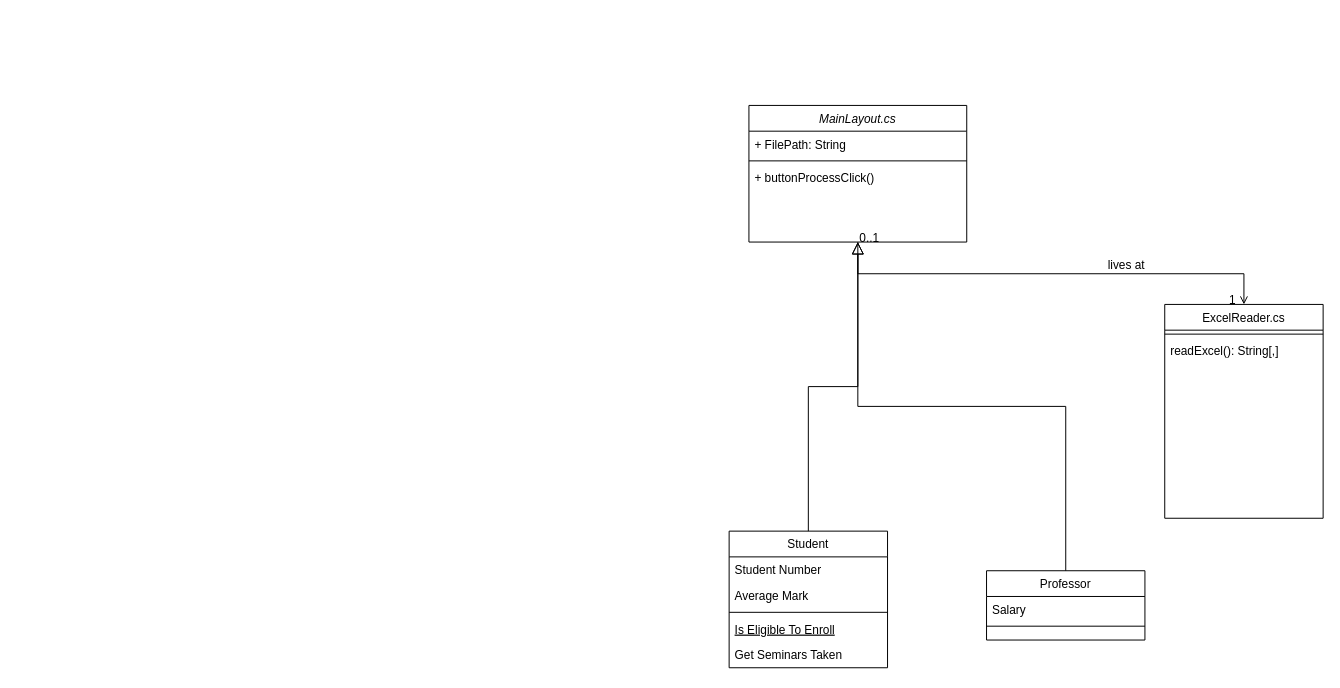
Before: Unbenanntes Diagramm.drawio in Jablothas/BOT-Helper, a draw.io diagram. Source tidied: cells renumbered, new cells numbered last; positions are measured from the earlier drawing's top-left corner, leaving out a move shared by most shapes. Both pictures are drawn from the tidied source at 99%, with x=0, y=0 at pixel (729, 105).
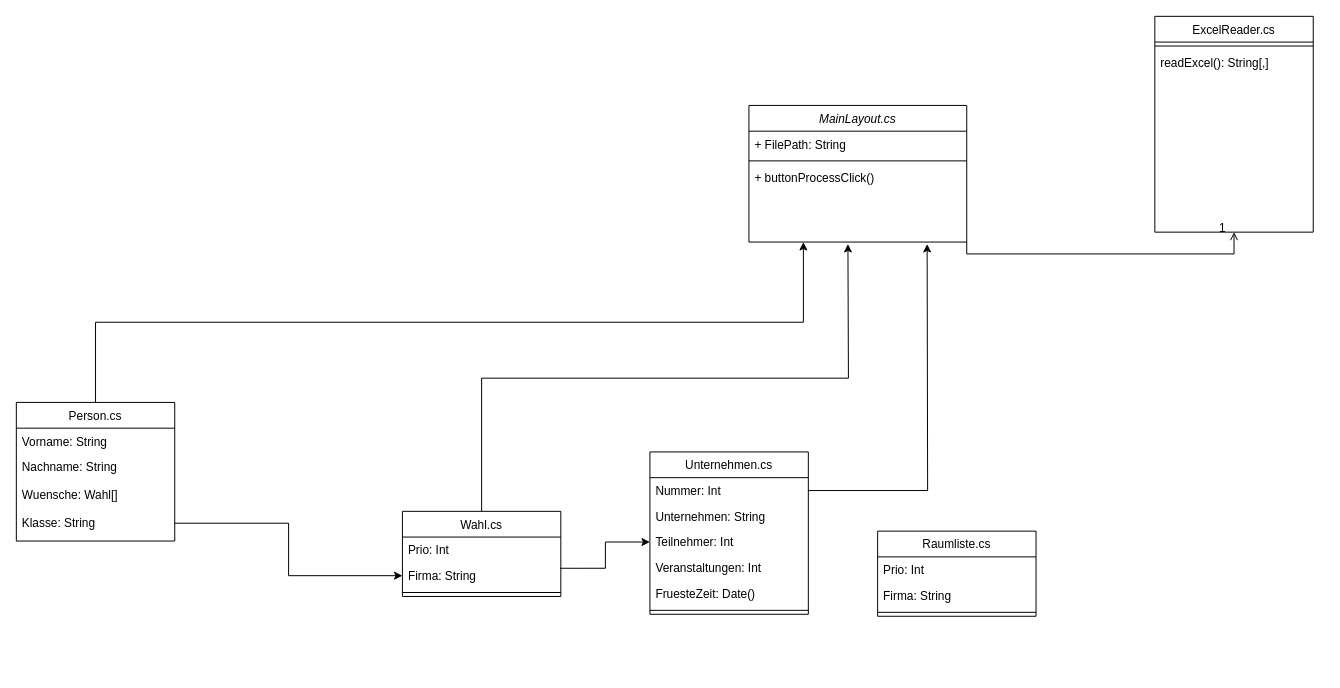
Above is the later version.

The change refers to these unchanged cells:
```xml
<mxCell id="2" value="MainLayout.cs&#10;" style="swimlane;fontStyle=2;align=center;verticalAlign=top;horizontal=1;startSize=26;rounded=0;shadow=0;strokeWidth=1;" parent="1" vertex="1">
  <mxGeometry x="20" width="220" height="138" as="geometry" />
</mxCell>
```

Diff of the diagram source:
```diff
@@
-    <mxCell id="6" value="Student" style="swimlane;fontStyle=0;align=center;verticalAlign=top;horizontal=1;startSize=26;rounded=0;shadow=0;strokeWidth=1;" parent="1" vertex="1">
-      <mxGeometry y="430" width="160" height="138" as="geometry" />
+    <mxCell id="6" value="Person.cs" style="swimlane;fontStyle=0;align=center;verticalAlign=top;horizontal=1;startSize=26;rounded=0;shadow=0;strokeWidth=1;" parent="1" vertex="1">
+      <mxGeometry x="-720" y="300" width="160" height="140" as="geometry" />
     </mxCell>
-    <mxCell id="7" value="Student Number" style="text;align=left;verticalAlign=top;spacingLeft=4;spacingRight=4;overflow=hidden;" parent="6" vertex="1">
+    <mxCell id="7" value="Vorname: String" style="text;align=left;verticalAlign=top;spacingLeft=4;spacingRight=4;overflow=hidden;" parent="6" vertex="1">
       <mxGeometry y="26" width="160" height="26" as="geometry" />
     </mxCell>
+    <mxCell id="24" value="Nachname: String" style="text;align=left;verticalAlign=top;spacingLeft=4;spacingRight=4;overflow=hidden;rounded=0;shadow=0;html=0;" parent="6" vertex="1">
+      <mxGeometry y="52" width="160" height="28" as="geometry" />
+    </mxCell>
+    <mxCell id="25" value="Wuensche: Wahl[]" style="text;align=left;verticalAlign=top;spacingLeft=4;spacingRight=4;overflow=hidden;rounded=0;shadow=0;html=0;" parent="6" vertex="1">
+      <mxGeometry y="80" width="160" height="28" as="geometry" />
+    </mxCell>
-    <mxCell id="8" value="Average Mark" style="text;align=left;verticalAlign=top;spacingLeft=4;spacingRight=4;overflow=hidden;points=[[0,0.5],[1,0.5]];portConstraint=eastwest;rounded=0;shadow=0;html=0;" parent="6" vertex="1">
-      <mxGeometry y="52" width="160" height="26" as="geometry" />
+    <mxCell id="8" value="Klasse: String" style="text;align=left;verticalAlign=top;spacingLeft=4;spacingRight=4;overflow=hidden;points=[[0,0.5],[1,0.5]];portConstraint=eastwest;rounded=0;shadow=0;html=0;" parent="6" vertex="1">
+      <mxGeometry y="108" width="160" height="28" as="geometry" />
     </mxCell>
-    <mxCell id="9" style="line;html=1;strokeWidth=1;align=left;verticalAlign=middle;spacingTop=-1;spacingLeft=3;spacingRight=3;labelPosition=right;" parent="6" vertex="1">
-      <mxGeometry y="78" width="160" height="8" as="geometry" />
-    </mxCell>
-    <mxCell id="10" value="Is Eligible To Enroll" style="text;align=left;verticalAlign=top;spacingLeft=4;spacingRight=4;overflow=hidden;fontStyle=4;" parent="6" vertex="1">
-      <mxGeometry y="86" width="160" height="26" as="geometry" />
-    </mxCell>
-    <mxCell id="11" value="Get Seminars Taken" style="text;align=left;verticalAlign=top;spacingLeft=4;spacingRight=4;overflow=hidden;" parent="6" vertex="1">
-      <mxGeometry y="112" width="160" height="26" as="geometry" />
-    </mxCell>
-    <mxCell id="12" style="endArrow=block;endSize=10;endFill=0;shadow=0;strokeWidth=1;rounded=0;edgeStyle=elbowEdgeStyle;elbow=vertical;" parent="1" edge="1" source="6" target="2">
-      <mxGeometry relative="1" as="geometry" />
-    </mxCell>
-    <mxCell id="13" value="Professor" style="swimlane;fontStyle=0;align=center;verticalAlign=top;horizontal=1;startSize=26;rounded=0;shadow=0;strokeWidth=1;" parent="1" vertex="1">
-      <mxGeometry x="260" y="470" width="160" height="70" as="geometry" />
+    <mxCell id="13" value="Unternehmen.cs" style="swimlane;fontStyle=0;align=center;verticalAlign=top;horizontal=1;startSize=26;rounded=0;shadow=0;strokeWidth=1;" parent="1" vertex="1">
+      <mxGeometry x="-80" y="350" width="160" height="164" as="geometry" />
     </mxCell>
-    <mxCell id="14" value="Salary" style="text;align=left;verticalAlign=top;spacingLeft=4;spacingRight=4;overflow=hidden;points=[[0,0.5],[1,0.5]];portConstraint=eastwest;" parent="13" vertex="1">
+    <mxCell id="14" value="Nummer: Int" style="text;align=left;verticalAlign=top;spacingLeft=4;spacingRight=4;overflow=hidden;points=[[0,0.5],[1,0.5]];portConstraint=eastwest;" parent="13" vertex="1">
       <mxGeometry y="26" width="160" height="26" as="geometry" />
     </mxCell>
+    <mxCell id="26" value="Unternehmen: String" style="text;align=left;verticalAlign=top;spacingLeft=4;spacingRight=4;overflow=hidden;" parent="13" vertex="1">
+      <mxGeometry y="52" width="160" height="26" as="geometry" />
+    </mxCell>
+    <mxCell id="27" value="Teilnehmer: Int" style="text;align=left;verticalAlign=top;spacingLeft=4;spacingRight=4;overflow=hidden;points=[[0,0.5],[1,0.5]];portConstraint=eastwest;" parent="13" vertex="1">
+      <mxGeometry y="78" width="160" height="26" as="geometry" />
+    </mxCell>
+    <mxCell id="28" value="Veranstaltungen: Int" style="text;align=left;verticalAlign=top;spacingLeft=4;spacingRight=4;overflow=hidden;" parent="13" vertex="1">
+      <mxGeometry y="104" width="160" height="26" as="geometry" />
+    </mxCell>
+    <mxCell id="29" value="FruesteZeit: Date()" style="text;align=left;verticalAlign=top;spacingLeft=4;spacingRight=4;overflow=hidden;" parent="13" vertex="1">
+      <mxGeometry y="130" width="160" height="26" as="geometry" />
+    </mxCell>
     <mxCell id="15" style="line;html=1;strokeWidth=1;align=left;verticalAlign=middle;spacingTop=-1;spacingLeft=3;spacingRight=3;labelPosition=right;" parent="13" vertex="1">
-      <mxGeometry y="52" width="160" height="8" as="geometry" />
+      <mxGeometry y="156" width="160" height="8" as="geometry" />
     </mxCell>
-    <mxCell id="16" style="endArrow=block;endSize=10;endFill=0;shadow=0;strokeWidth=1;rounded=0;edgeStyle=elbowEdgeStyle;elbow=vertical;" parent="1" edge="1" source="13" target="2">
-      <mxGeometry relative="1" as="geometry" />
-    </mxCell>
     <mxCell id="17" value="ExcelReader.cs" style="swimlane;fontStyle=0;align=center;verticalAlign=top;horizontal=1;startSize=26;rounded=0;shadow=0;strokeWidth=1;" parent="1" vertex="1">
-      <mxGeometry x="440" y="201" width="160" height="216" as="geometry" />
+      <mxGeometry x="430" y="-90" width="160" height="218" as="geometry" />
     </mxCell>
@@
     <mxCell id="20" style="endArrow=open;shadow=0;strokeWidth=1;rounded=0;endFill=1;edgeStyle=elbowEdgeStyle;elbow=vertical;" parent="1" edge="1" source="2" target="17">
       <mxGeometry x="0.5" y="41" relative="1" as="geometry">
+        <Array as="points">
+          <mxPoint x="240" y="150" />
+        </Array>
         <mxPoint x="-40" y="32" as="offset" />
       </mxGeometry>
     </mxCell>
-    <mxCell id="21" value="0..1" style="align=left;verticalAlign=bottom;labelBackgroundColor=none;fontSize=12;" parent="20" vertex="1">
-      <mxGeometry x="-1" relative="1" as="geometry">
-        <mxPoint y="4" as="offset" />
-      </mxGeometry>
-    </mxCell>
@@
-    <mxCell id="23" value="lives at" style="text;html=1;align=center;verticalAlign=middle;labelBackgroundColor=none;rounded=0;shadow=0;strokeWidth=1;fontSize=12;" parent="20" vertex="1">
-      <mxGeometry x="0.5" y="49" relative="1" as="geometry">
-        <mxPoint x="-38" y="40" as="offset" />
-      </mxGeometry>
-    </mxCell>
+    <mxCell id="30" value="Wahl.cs" style="swimlane;fontStyle=0;align=center;verticalAlign=top;horizontal=1;startSize=26;rounded=0;shadow=0;strokeWidth=1;" parent="1" vertex="1">
+      <mxGeometry x="-330" y="410" width="160" height="86" as="geometry" />
+    </mxCell>
+    <mxCell id="31" value="Prio: Int" style="text;align=left;verticalAlign=top;spacingLeft=4;spacingRight=4;overflow=hidden;" parent="30" vertex="1">
+      <mxGeometry y="26" width="160" height="26" as="geometry" />
+    </mxCell>
+    <mxCell id="32" value="Firma: String" style="text;align=left;verticalAlign=top;spacingLeft=4;spacingRight=4;overflow=hidden;points=[[0,0.5],[1,0.5]];portConstraint=eastwest;rounded=0;shadow=0;html=0;" parent="30" vertex="1">
+      <mxGeometry y="52" width="160" height="26" as="geometry" />
+    </mxCell>
+    <mxCell id="33" style="line;html=1;strokeWidth=1;align=left;verticalAlign=middle;spacingTop=-1;spacingLeft=3;spacingRight=3;labelPosition=right;" parent="30" vertex="1">
+      <mxGeometry y="78" width="160" height="8" as="geometry" />
+    </mxCell>
+    <mxCell id="34" style="edgeStyle=orthogonalEdgeStyle;rounded=0;jettySize=auto;html=1;" parent="1" edge="1" source="14">
+      <mxGeometry relative="1" as="geometry">
+        <mxPoint x="200" y="140" as="targetPoint" />
+      </mxGeometry>
+    </mxCell>
+    <mxCell id="35" style="edgeStyle=orthogonalEdgeStyle;rounded=0;jettySize=auto;html=1;exitX=0.5;exitY=0;exitDx=0;exitDy=0;" parent="1" edge="1" source="30">
+      <mxGeometry relative="1" as="geometry">
+        <mxPoint x="120" y="140" as="targetPoint" />
+      </mxGeometry>
+    </mxCell>
+    <mxCell id="12" style="edgeStyle=orthogonalEdgeStyle;rounded=0;jettySize=auto;html=1;exitX=0.5;exitY=0;exitDx=0;exitDy=0;entryX=0.25;entryY=1;entryDx=0;entryDy=0;" parent="1" edge="1" source="6" target="2">
+      <mxGeometry relative="1" as="geometry" />
+    </mxCell>
+    <mxCell id="36" style="edgeStyle=orthogonalEdgeStyle;rounded=0;jettySize=auto;html=1;" parent="1" edge="1" source="8" target="32">
+      <mxGeometry relative="1" as="geometry" />
+    </mxCell>
+    <mxCell id="37" style="edgeStyle=orthogonalEdgeStyle;rounded=0;jettySize=auto;html=1;entryX=0;entryY=0.5;entryDx=0;entryDy=0;exitX=0.996;exitY=0.212;exitDx=0;exitDy=0;exitPerimeter=0;" parent="1" edge="1" source="32" target="27">
+      <mxGeometry relative="1" as="geometry" />
+    </mxCell>
+    <mxCell id="38" value="Raumliste.cs" style="swimlane;fontStyle=0;align=center;verticalAlign=top;horizontal=1;startSize=26;rounded=0;shadow=0;strokeWidth=1;" parent="1" vertex="1">
+      <mxGeometry x="150" y="430" width="160" height="86" as="geometry" />
+    </mxCell>
+    <mxCell id="39" value="Prio: Int" style="text;align=left;verticalAlign=top;spacingLeft=4;spacingRight=4;overflow=hidden;" parent="38" vertex="1">
+      <mxGeometry y="26" width="160" height="26" as="geometry" />
+    </mxCell>
+    <mxCell id="40" value="Firma: String" style="text;align=left;verticalAlign=top;spacingLeft=4;spacingRight=4;overflow=hidden;rounded=0;shadow=0;html=0;" parent="38" vertex="1">
+      <mxGeometry y="52" width="160" height="26" as="geometry" />
+    </mxCell>
+    <mxCell id="41" style="line;html=1;strokeWidth=1;align=left;verticalAlign=middle;spacingTop=-1;spacingLeft=3;spacingRight=3;labelPosition=right;" parent="38" vertex="1">
+      <mxGeometry y="78" width="160" height="8" as="geometry" />
+    </mxCell>
```
